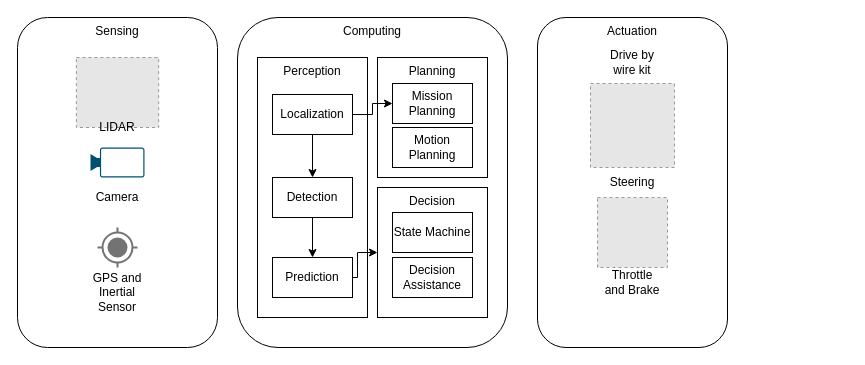
Before: ADAS Hardware.drawio in samiframadhan/drawio, a draw.io diagram. Source tidied: cells renumbered, new cells numbered last; positions are measured from the earlier drawing's top-left corner, leaving out a move shared by most shapes. Both pictures are drawn from the tidied source at 100%, with x=0, y=0 at pixel (17, 17). Pictures stored in the file or linked from it are replaced by grey dashed boxes.
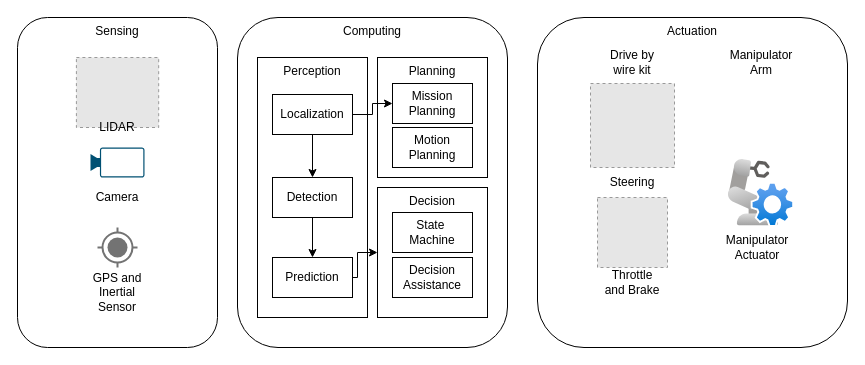
Above is the later version.

Change to the diagram source:
```diff
@@
     <mxCell id="4" value="Actuation" style="rounded=1;whiteSpace=wrap;html=1;verticalAlign=top;" parent="1" vertex="1">
-      <mxGeometry x="520" width="190" height="330" as="geometry" />
+      <mxGeometry x="520" width="310" height="330" as="geometry" />
     </mxCell>
@@
-    <mxCell id="28" value="&lt;div&gt;State Machine&lt;/div&gt;" style="rounded=0;whiteSpace=wrap;html=1;" parent="1" vertex="1">
+    <mxCell id="28" value="&lt;div&gt;State&amp;nbsp;&lt;/div&gt;&lt;div&gt;Machine&lt;/div&gt;" style="rounded=0;whiteSpace=wrap;html=1;" parent="1" vertex="1">
       <mxGeometry x="375" y="195" width="80" height="40" as="geometry" />
     </mxCell>
@@
+    <mxCell id="30" style="image;html=1;align=center;fontSize=12;image=img/lib/azure2/other/Defender_Robot_Controller.svg;" parent="1" vertex="1">
+      <mxGeometry x="710.9" y="142" width="66.2" height="68" as="geometry" />
+    </mxCell>
+    <mxCell id="31" value="Manipulator Arm" style="text;html=1;align=center;verticalAlign=middle;whiteSpace=wrap;rounded=0;" parent="1" vertex="1">
+      <mxGeometry x="712" y="30" width="64" height="30" as="geometry" />
+    </mxCell>
+    <mxCell id="32" value="Manipulator Actuator" style="text;html=1;align=center;verticalAlign=middle;whiteSpace=wrap;rounded=0;" parent="1" vertex="1">
+      <mxGeometry x="710" y="215" width="60" height="30" as="geometry" />
+    </mxCell>
```
